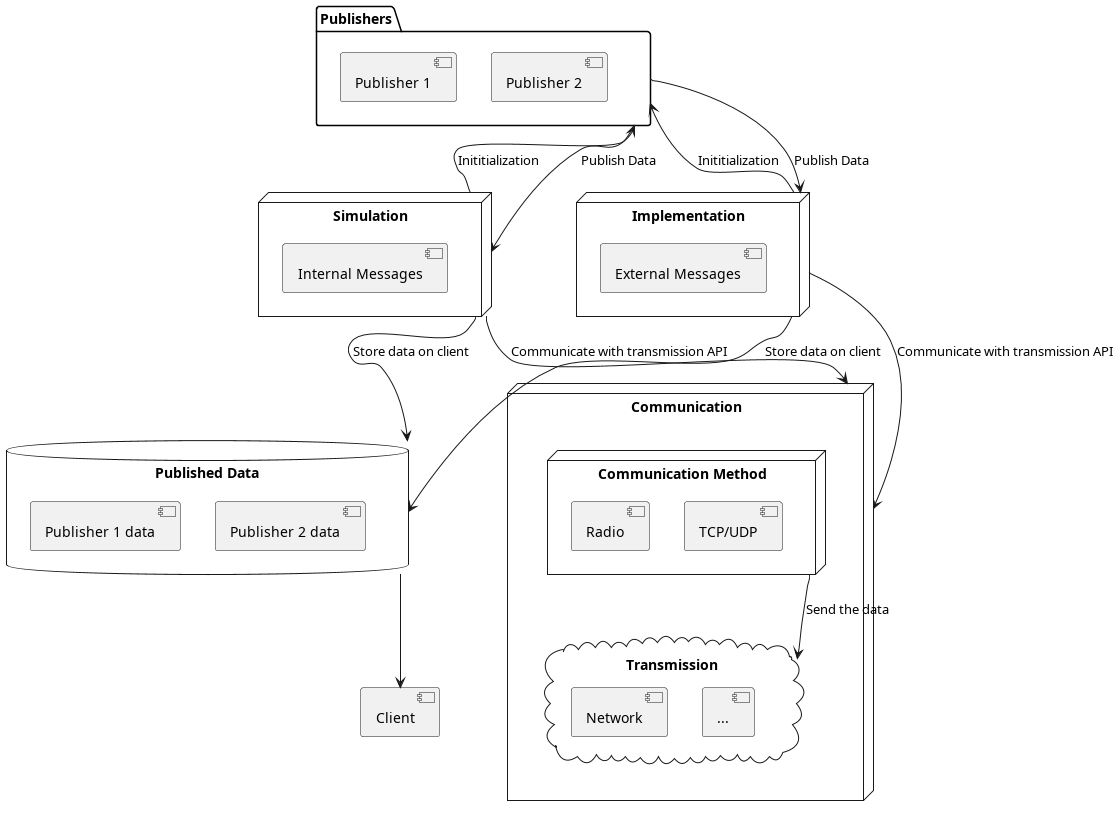
This is uml/types/publisher.png from alexb7711/DPSF, a PlantUML export, as it was before one commit. Its diagram source:
```plantuml
@startuml
folder "Publishers" {
  [Publisher 1]
    [Publisher 2]
}

node "Simulation" {
  [Internal Messages]
}

node "Implementation" {
  [Internal Messages]
  [External Messages]
}

node Communication {
  node "Communication Method" {
    [Radio]
    [TCP/UDP]
  }

  cloud "Transmission" {
    [Network]
    [Radio]
    [...]
  }
}

database "Published Data" {
  [Publisher 1 data]
  [Publisher 2 data]
}


[Simulation] -up-> [Publishers] : Inititialization
[Implementation] -up-> [Publishers] : Inititialization

[Simulation] <-- [Publishers] : Publish Data
[Implementation] <-- [Publishers] : Publish Data

[Simulation] --> [Communication] : Communicate with transmission API
[Implementation] --> [Communication] : Communicate with transmission API

[Communication Method] --> [Transmission] : Send the data

[Simulation] --> [Published Data] : Store data on client
[Implementation] --> [Published Data] : Store data on client

[Published Data] -down-> [Client]
@enduml
```
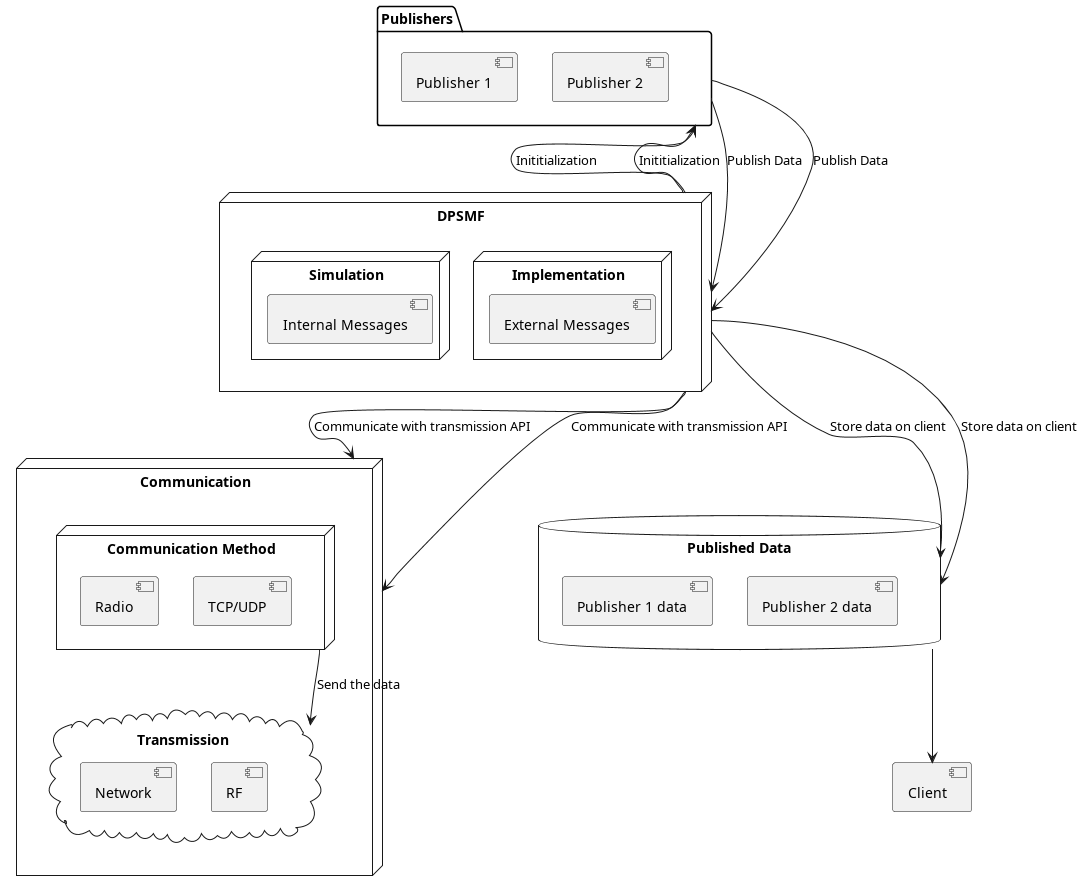
The same diagram one commit later.

Commit message:
Added some basic docs about publishers

The edit, as a diff of the source:
```diff
@@ -4,13 +4,15 @@
     [Publisher 2]
 }
 
-node "Simulation" {
-  [Internal Messages]
-}
+node DPSMF {
+  node "Simulation" {
+    [Internal Messages]
+  }
 
-node "Implementation" {
-  [Internal Messages]
-  [External Messages]
+  node "Implementation" {
+    [Internal Messages]
+    [External Messages]
+  }
 }
 
 node Communication {
@@ -22,7 +24,7 @@
   cloud "Transmission" {
     [Network]
     [Radio]
-    [...]
+    [RF]
   }
 }
 
@@ -32,19 +34,19 @@
 }
 
 
-[Simulation] -up-> [Publishers] : Inititialization
-[Implementation] -up-> [Publishers] : Inititialization
+[DPSMF] -up-> [Publishers] : Inititialization
+[DPSMF] -up-> [Publishers] : Inititialization
 
-[Simulation] <-- [Publishers] : Publish Data
-[Implementation] <-- [Publishers] : Publish Data
+[DPSMF] <-- [Publishers] : Publish Data
+[DPSMF] <-- [Publishers] : Publish Data
 
-[Simulation] --> [Communication] : Communicate with transmission API
-[Implementation] --> [Communication] : Communicate with transmission API
+[DPSMF] --> [Communication] : Communicate with transmission API
+[DPSMF] --> [Communication] : Communicate with transmission API
 
 [Communication Method] --> [Transmission] : Send the data
 
-[Simulation] --> [Published Data] : Store data on client
-[Implementation] --> [Published Data] : Store data on client
+[DPSMF] --> [Published Data] : Store data on client
+[DPSMF] --> [Published Data] : Store data on client
 
 [Published Data] -down-> [Client]
 @enduml
```
